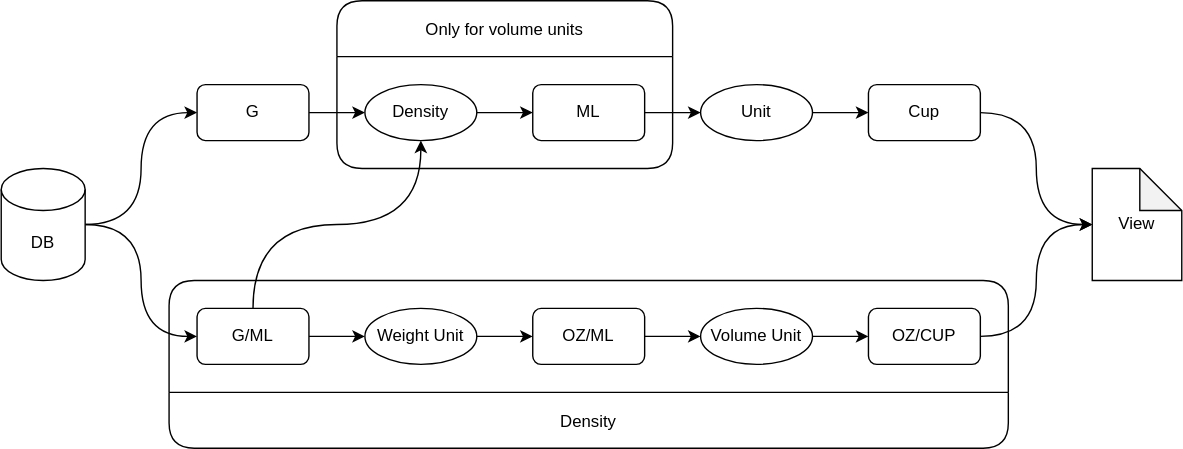
This is data-model.svg from ch-greams/recipe-book-app, a draw.io export, as it was before one commit. Source tidied: cells renumbered, new cells last; positions are measured from the earlier drawing's top-left corner, leaving out a move shared by most shapes. Source of this version:
```xml
<mxGraphModel>
  <root>
    <mxCell id="0" />
    <mxCell id="1" parent="0" />
    <mxCell id="2" style="edgeStyle=orthogonalEdgeStyle;curved=1;rounded=0;jettySize=auto;html=1;exitX=1;exitY=0.5;exitDx=0;exitDy=0;startArrow=none;startFill=0;endArrow=classic;endFill=1;entryX=0;entryY=0.5;entryDx=0;entryDy=0;" parent="1" edge="1" source="3" target="5">
      <mxGeometry relative="1" as="geometry" />
    </mxCell>
    <mxCell id="3" value="G" style="whiteSpace=wrap;html=1;rounded=1;" parent="1" vertex="1">
      <mxGeometry x="140" y="60" width="80" height="40" as="geometry" />
    </mxCell>
    <mxCell id="4" style="edgeStyle=orthogonalEdgeStyle;curved=1;rounded=0;jettySize=auto;html=1;entryX=0;entryY=0.5;entryDx=0;entryDy=0;startArrow=none;startFill=0;endArrow=classic;endFill=1;" parent="1" edge="1" source="5" target="7">
      <mxGeometry relative="1" as="geometry" />
    </mxCell>
    <mxCell id="5" value="Density" style="ellipse;whiteSpace=wrap;html=1;rounded=1;" parent="1" vertex="1">
      <mxGeometry x="260" y="60" width="80" height="40" as="geometry" />
    </mxCell>
    <mxCell id="6" style="edgeStyle=orthogonalEdgeStyle;curved=1;rounded=0;jettySize=auto;html=1;entryX=0;entryY=0.5;entryDx=0;entryDy=0;startArrow=none;startFill=0;endArrow=classic;endFill=1;" parent="1" edge="1" source="7" target="9">
      <mxGeometry relative="1" as="geometry" />
    </mxCell>
    <mxCell id="7" value="ML" style="whiteSpace=wrap;html=1;rounded=1;" parent="1" vertex="1">
      <mxGeometry x="380" y="60" width="80" height="40" as="geometry" />
    </mxCell>
    <mxCell id="8" style="edgeStyle=orthogonalEdgeStyle;curved=1;rounded=0;jettySize=auto;html=1;entryX=0;entryY=0.5;entryDx=0;entryDy=0;startArrow=none;startFill=0;endArrow=classic;endFill=1;" parent="1" edge="1" source="9" target="11">
      <mxGeometry relative="1" as="geometry" />
    </mxCell>
    <mxCell id="9" value="Unit" style="ellipse;whiteSpace=wrap;html=1;rounded=1;" parent="1" vertex="1">
      <mxGeometry x="500" y="60" width="80" height="40" as="geometry" />
    </mxCell>
    <mxCell id="10" style="edgeStyle=orthogonalEdgeStyle;curved=1;rounded=0;jettySize=auto;html=1;exitX=1;exitY=0.5;exitDx=0;exitDy=0;entryX=0;entryY=0.5;entryDx=0;entryDy=0;entryPerimeter=0;fontFamily=Helvetica;startArrow=none;startFill=0;endArrow=classic;endFill=1;" parent="1" edge="1" source="11" target="28">
      <mxGeometry relative="1" as="geometry" />
    </mxCell>
    <mxCell id="11" value="Cup" style="whiteSpace=wrap;html=1;rounded=1;" parent="1" vertex="1">
      <mxGeometry x="620" y="60" width="80" height="40" as="geometry" />
    </mxCell>
    <mxCell id="12" value="Only for volume units" style="swimlane;rounded=1;startSize=40;fontFamily=Helvetica;fontStyle=0;glass=0;shadow=0;" parent="1" vertex="1">
      <mxGeometry x="240" width="240" height="120" as="geometry" />
    </mxCell>
    <mxCell id="13" style="edgeStyle=orthogonalEdgeStyle;curved=1;rounded=0;jettySize=auto;html=1;exitX=1;exitY=0.5;exitDx=0;exitDy=0;entryX=0;entryY=0.5;entryDx=0;entryDy=0;fontFamily=Helvetica;startArrow=none;startFill=0;endArrow=classic;endFill=1;" parent="1" edge="1" source="15" target="19">
      <mxGeometry relative="1" as="geometry" />
    </mxCell>
    <mxCell id="14" style="edgeStyle=orthogonalEdgeStyle;curved=1;rounded=0;jettySize=auto;html=1;fontFamily=Helvetica;startArrow=none;startFill=0;endArrow=classic;endFill=1;exitX=0.5;exitY=0;exitDx=0;exitDy=0;" parent="1" edge="1" source="15">
      <mxGeometry relative="1" as="geometry">
        <mxPoint x="300" y="100" as="targetPoint" />
      </mxGeometry>
    </mxCell>
    <mxCell id="15" value="G/ML" style="whiteSpace=wrap;html=1;rounded=1;" parent="1" vertex="1">
      <mxGeometry x="140" y="220" width="80" height="40" as="geometry" />
    </mxCell>
    <mxCell id="16" style="edgeStyle=orthogonalEdgeStyle;curved=1;rounded=0;jettySize=auto;html=1;entryX=0;entryY=0.5;entryDx=0;entryDy=0;entryPerimeter=0;fontFamily=Helvetica;startArrow=none;startFill=0;endArrow=classic;endFill=1;" parent="1" edge="1" source="17" target="28">
      <mxGeometry relative="1" as="geometry" />
    </mxCell>
    <mxCell id="17" value="OZ/CUP" style="whiteSpace=wrap;html=1;rounded=1;" parent="1" vertex="1">
      <mxGeometry x="620" y="220" width="80" height="40" as="geometry" />
    </mxCell>
    <mxCell id="18" style="edgeStyle=orthogonalEdgeStyle;curved=1;rounded=0;jettySize=auto;html=1;exitX=1;exitY=0.5;exitDx=0;exitDy=0;entryX=0;entryY=0.5;entryDx=0;entryDy=0;fontFamily=Helvetica;startArrow=none;startFill=0;endArrow=classic;endFill=1;" parent="1" edge="1" source="19" target="21">
      <mxGeometry relative="1" as="geometry" />
    </mxCell>
    <mxCell id="19" value="Weight Unit" style="ellipse;whiteSpace=wrap;html=1;rounded=1;direction=east;" parent="1" vertex="1">
      <mxGeometry x="260" y="220" width="80" height="40" as="geometry" />
    </mxCell>
    <mxCell id="20" style="edgeStyle=orthogonalEdgeStyle;curved=1;rounded=0;jettySize=auto;html=1;exitX=1;exitY=0.5;exitDx=0;exitDy=0;entryX=0;entryY=0.5;entryDx=0;entryDy=0;fontFamily=Helvetica;startArrow=none;startFill=0;endArrow=classic;endFill=1;" parent="1" edge="1" source="21" target="23">
      <mxGeometry relative="1" as="geometry" />
    </mxCell>
    <mxCell id="21" value="OZ/ML" style="whiteSpace=wrap;html=1;rounded=1;" parent="1" vertex="1">
      <mxGeometry x="380" y="220" width="80" height="40" as="geometry" />
    </mxCell>
    <mxCell id="22" style="edgeStyle=orthogonalEdgeStyle;curved=1;rounded=0;jettySize=auto;html=1;entryX=0;entryY=0.5;entryDx=0;entryDy=0;fontFamily=Helvetica;startArrow=none;startFill=0;endArrow=classic;endFill=1;" parent="1" edge="1" source="23" target="17">
      <mxGeometry relative="1" as="geometry" />
    </mxCell>
    <mxCell id="23" value="Volume Unit" style="ellipse;whiteSpace=wrap;html=1;rounded=1;" parent="1" vertex="1">
      <mxGeometry x="500" y="220" width="80" height="40" as="geometry" />
    </mxCell>
    <mxCell id="24" value="Density" style="swimlane;rounded=1;startSize=40;fontFamily=Helvetica;fontStyle=0;glass=0;shadow=0;direction=west;" parent="1" vertex="1">
      <mxGeometry x="120" y="200" width="600" height="120" as="geometry" />
    </mxCell>
    <mxCell id="25" style="edgeStyle=orthogonalEdgeStyle;curved=1;rounded=0;jettySize=auto;html=1;entryX=0;entryY=0.5;entryDx=0;entryDy=0;fontFamily=Helvetica;startArrow=none;startFill=0;endArrow=classic;endFill=1;" parent="1" edge="1" source="27" target="3">
      <mxGeometry relative="1" as="geometry" />
    </mxCell>
    <mxCell id="26" style="edgeStyle=orthogonalEdgeStyle;curved=1;rounded=0;jettySize=auto;html=1;entryX=0;entryY=0.5;entryDx=0;entryDy=0;fontFamily=Helvetica;startArrow=none;startFill=0;endArrow=classic;endFill=1;" parent="1" edge="1" source="27" target="15">
      <mxGeometry relative="1" as="geometry" />
    </mxCell>
    <mxCell id="27" value="DB" style="shape=cylinder3;whiteSpace=wrap;html=1;boundedLbl=1;backgroundOutline=1;size=15;rounded=1;shadow=0;glass=0;fontFamily=Helvetica;" parent="1" vertex="1">
      <mxGeometry y="120" width="60" height="80" as="geometry" />
    </mxCell>
    <mxCell id="28" value="View" style="shape=note;whiteSpace=wrap;html=1;backgroundOutline=1;darkOpacity=0.05;rounded=1;shadow=0;glass=0;fontFamily=Helvetica;" parent="1" vertex="1">
      <mxGeometry x="780" y="120" width="64" height="80" as="geometry" />
    </mxCell>
  </root>
</mxGraphModel>
```
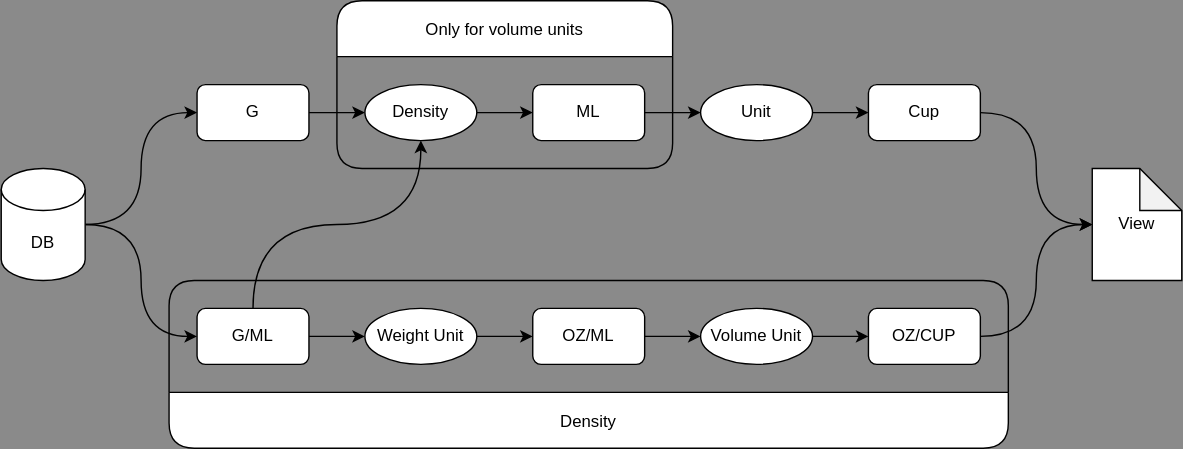
After the change.

The edit, as a diff of the source:
```diff
@@ -1,44 +1,44 @@
-<mxGraphModel>
+<mxGraphModel background="#8A8A8A">
   <root>
     <mxCell id="0" />
     <mxCell id="1" parent="0" />
-    <mxCell id="2" style="edgeStyle=orthogonalEdgeStyle;curved=1;rounded=0;jettySize=auto;html=1;exitX=1;exitY=0.5;exitDx=0;exitDy=0;startArrow=none;startFill=0;endArrow=classic;endFill=1;entryX=0;entryY=0.5;entryDx=0;entryDy=0;" parent="1" edge="1" source="3" target="5">
+    <mxCell id="2" style="edgeStyle=orthogonalEdgeStyle;jettySize=auto;html=1;exitX=1;exitY=0.5;exitDx=0;exitDy=0;startArrow=none;startFill=0;endArrow=classic;endFill=1;entryX=0;entryY=0.5;entryDx=0;entryDy=0;curved=1;" parent="1" edge="1" source="3" target="5">
       <mxGeometry relative="1" as="geometry" />
     </mxCell>
     <mxCell id="3" value="G" style="whiteSpace=wrap;html=1;rounded=1;" parent="1" vertex="1">
       <mxGeometry x="140" y="60" width="80" height="40" as="geometry" />
     </mxCell>
-    <mxCell id="4" style="edgeStyle=orthogonalEdgeStyle;curved=1;rounded=0;jettySize=auto;html=1;entryX=0;entryY=0.5;entryDx=0;entryDy=0;startArrow=none;startFill=0;endArrow=classic;endFill=1;" parent="1" edge="1" source="5" target="7">
+    <mxCell id="4" style="edgeStyle=orthogonalEdgeStyle;jettySize=auto;html=1;entryX=0;entryY=0.5;entryDx=0;entryDy=0;startArrow=none;startFill=0;endArrow=classic;endFill=1;curved=1;" parent="1" edge="1" source="5" target="7">
       <mxGeometry relative="1" as="geometry" />
     </mxCell>
     <mxCell id="5" value="Density" style="ellipse;whiteSpace=wrap;html=1;rounded=1;" parent="1" vertex="1">
       <mxGeometry x="260" y="60" width="80" height="40" as="geometry" />
     </mxCell>
-    <mxCell id="6" style="edgeStyle=orthogonalEdgeStyle;curved=1;rounded=0;jettySize=auto;html=1;entryX=0;entryY=0.5;entryDx=0;entryDy=0;startArrow=none;startFill=0;endArrow=classic;endFill=1;" parent="1" edge="1" source="7" target="9">
+    <mxCell id="6" style="edgeStyle=orthogonalEdgeStyle;jettySize=auto;html=1;entryX=0;entryY=0.5;entryDx=0;entryDy=0;startArrow=none;startFill=0;endArrow=classic;endFill=1;curved=1;" parent="1" edge="1" source="7" target="9">
       <mxGeometry relative="1" as="geometry" />
     </mxCell>
     <mxCell id="7" value="ML" style="whiteSpace=wrap;html=1;rounded=1;" parent="1" vertex="1">
       <mxGeometry x="380" y="60" width="80" height="40" as="geometry" />
     </mxCell>
-    <mxCell id="8" style="edgeStyle=orthogonalEdgeStyle;curved=1;rounded=0;jettySize=auto;html=1;entryX=0;entryY=0.5;entryDx=0;entryDy=0;startArrow=none;startFill=0;endArrow=classic;endFill=1;" parent="1" edge="1" source="9" target="11">
+    <mxCell id="8" style="edgeStyle=orthogonalEdgeStyle;jettySize=auto;html=1;entryX=0;entryY=0.5;entryDx=0;entryDy=0;startArrow=none;startFill=0;endArrow=classic;endFill=1;curved=1;" parent="1" edge="1" source="9" target="11">
       <mxGeometry relative="1" as="geometry" />
     </mxCell>
     <mxCell id="9" value="Unit" style="ellipse;whiteSpace=wrap;html=1;rounded=1;" parent="1" vertex="1">
       <mxGeometry x="500" y="60" width="80" height="40" as="geometry" />
     </mxCell>
-    <mxCell id="10" style="edgeStyle=orthogonalEdgeStyle;curved=1;rounded=0;jettySize=auto;html=1;exitX=1;exitY=0.5;exitDx=0;exitDy=0;entryX=0;entryY=0.5;entryDx=0;entryDy=0;entryPerimeter=0;fontFamily=Helvetica;startArrow=none;startFill=0;endArrow=classic;endFill=1;" parent="1" edge="1" source="11" target="28">
+    <mxCell id="10" style="edgeStyle=orthogonalEdgeStyle;jettySize=auto;html=1;exitX=1;exitY=0.5;exitDx=0;exitDy=0;entryX=0;entryY=0.5;entryDx=0;entryDy=0;entryPerimeter=0;fontFamily=Helvetica;startArrow=none;startFill=0;endArrow=classic;endFill=1;curved=1;" parent="1" edge="1" source="11" target="28">
       <mxGeometry relative="1" as="geometry" />
     </mxCell>
     <mxCell id="11" value="Cup" style="whiteSpace=wrap;html=1;rounded=1;" parent="1" vertex="1">
       <mxGeometry x="620" y="60" width="80" height="40" as="geometry" />
     </mxCell>
-    <mxCell id="12" value="Only for volume units" style="swimlane;rounded=1;startSize=40;fontFamily=Helvetica;fontStyle=0;glass=0;shadow=0;" parent="1" vertex="1">
+    <mxCell id="12" value="Only for volume units" style="swimlane;startSize=40;fontFamily=Helvetica;fontStyle=0;glass=0;shadow=0;rounded=1;" parent="1" vertex="1">
       <mxGeometry x="240" width="240" height="120" as="geometry" />
     </mxCell>
-    <mxCell id="13" style="edgeStyle=orthogonalEdgeStyle;curved=1;rounded=0;jettySize=auto;html=1;exitX=1;exitY=0.5;exitDx=0;exitDy=0;entryX=0;entryY=0.5;entryDx=0;entryDy=0;fontFamily=Helvetica;startArrow=none;startFill=0;endArrow=classic;endFill=1;" parent="1" edge="1" source="15" target="19">
+    <mxCell id="13" style="edgeStyle=orthogonalEdgeStyle;jettySize=auto;html=1;exitX=1;exitY=0.5;exitDx=0;exitDy=0;entryX=0;entryY=0.5;entryDx=0;entryDy=0;fontFamily=Helvetica;startArrow=none;startFill=0;endArrow=classic;endFill=1;curved=1;" parent="1" edge="1" source="15" target="19">
       <mxGeometry relative="1" as="geometry" />
     </mxCell>
-    <mxCell id="14" style="edgeStyle=orthogonalEdgeStyle;curved=1;rounded=0;jettySize=auto;html=1;fontFamily=Helvetica;startArrow=none;startFill=0;endArrow=classic;endFill=1;exitX=0.5;exitY=0;exitDx=0;exitDy=0;" parent="1" edge="1" source="15">
+    <mxCell id="14" style="edgeStyle=orthogonalEdgeStyle;jettySize=auto;html=1;fontFamily=Helvetica;startArrow=none;startFill=0;endArrow=classic;endFill=1;exitX=0.5;exitY=0;exitDx=0;exitDy=0;curved=1;" parent="1" edge="1" source="15">
       <mxGeometry relative="1" as="geometry">
         <mxPoint x="300" y="100" as="targetPoint" />
       </mxGeometry>
@@ -46,43 +46,43 @@
     <mxCell id="15" value="G/ML" style="whiteSpace=wrap;html=1;rounded=1;" parent="1" vertex="1">
       <mxGeometry x="140" y="220" width="80" height="40" as="geometry" />
     </mxCell>
-    <mxCell id="16" style="edgeStyle=orthogonalEdgeStyle;curved=1;rounded=0;jettySize=auto;html=1;entryX=0;entryY=0.5;entryDx=0;entryDy=0;entryPerimeter=0;fontFamily=Helvetica;startArrow=none;startFill=0;endArrow=classic;endFill=1;" parent="1" edge="1" source="17" target="28">
+    <mxCell id="16" style="edgeStyle=orthogonalEdgeStyle;jettySize=auto;html=1;entryX=0;entryY=0.5;entryDx=0;entryDy=0;entryPerimeter=0;fontFamily=Helvetica;startArrow=none;startFill=0;endArrow=classic;endFill=1;curved=1;" parent="1" edge="1" source="17" target="28">
       <mxGeometry relative="1" as="geometry" />
     </mxCell>
     <mxCell id="17" value="OZ/CUP" style="whiteSpace=wrap;html=1;rounded=1;" parent="1" vertex="1">
       <mxGeometry x="620" y="220" width="80" height="40" as="geometry" />
     </mxCell>
-    <mxCell id="18" style="edgeStyle=orthogonalEdgeStyle;curved=1;rounded=0;jettySize=auto;html=1;exitX=1;exitY=0.5;exitDx=0;exitDy=0;entryX=0;entryY=0.5;entryDx=0;entryDy=0;fontFamily=Helvetica;startArrow=none;startFill=0;endArrow=classic;endFill=1;" parent="1" edge="1" source="19" target="21">
+    <mxCell id="18" style="edgeStyle=orthogonalEdgeStyle;jettySize=auto;html=1;exitX=1;exitY=0.5;exitDx=0;exitDy=0;entryX=0;entryY=0.5;entryDx=0;entryDy=0;fontFamily=Helvetica;startArrow=none;startFill=0;endArrow=classic;endFill=1;curved=1;" parent="1" edge="1" source="19" target="21">
       <mxGeometry relative="1" as="geometry" />
     </mxCell>
-    <mxCell id="19" value="Weight Unit" style="ellipse;whiteSpace=wrap;html=1;rounded=1;direction=east;" parent="1" vertex="1">
+    <mxCell id="19" value="Weight Unit" style="ellipse;whiteSpace=wrap;html=1;direction=east;rounded=1;" parent="1" vertex="1">
       <mxGeometry x="260" y="220" width="80" height="40" as="geometry" />
     </mxCell>
-    <mxCell id="20" style="edgeStyle=orthogonalEdgeStyle;curved=1;rounded=0;jettySize=auto;html=1;exitX=1;exitY=0.5;exitDx=0;exitDy=0;entryX=0;entryY=0.5;entryDx=0;entryDy=0;fontFamily=Helvetica;startArrow=none;startFill=0;endArrow=classic;endFill=1;" parent="1" edge="1" source="21" target="23">
+    <mxCell id="20" style="edgeStyle=orthogonalEdgeStyle;jettySize=auto;html=1;exitX=1;exitY=0.5;exitDx=0;exitDy=0;entryX=0;entryY=0.5;entryDx=0;entryDy=0;fontFamily=Helvetica;startArrow=none;startFill=0;endArrow=classic;endFill=1;curved=1;" parent="1" edge="1" source="21" target="23">
       <mxGeometry relative="1" as="geometry" />
     </mxCell>
     <mxCell id="21" value="OZ/ML" style="whiteSpace=wrap;html=1;rounded=1;" parent="1" vertex="1">
       <mxGeometry x="380" y="220" width="80" height="40" as="geometry" />
     </mxCell>
-    <mxCell id="22" style="edgeStyle=orthogonalEdgeStyle;curved=1;rounded=0;jettySize=auto;html=1;entryX=0;entryY=0.5;entryDx=0;entryDy=0;fontFamily=Helvetica;startArrow=none;startFill=0;endArrow=classic;endFill=1;" parent="1" edge="1" source="23" target="17">
+    <mxCell id="22" style="edgeStyle=orthogonalEdgeStyle;jettySize=auto;html=1;entryX=0;entryY=0.5;entryDx=0;entryDy=0;fontFamily=Helvetica;startArrow=none;startFill=0;endArrow=classic;endFill=1;curved=1;" parent="1" edge="1" source="23" target="17">
       <mxGeometry relative="1" as="geometry" />
     </mxCell>
     <mxCell id="23" value="Volume Unit" style="ellipse;whiteSpace=wrap;html=1;rounded=1;" parent="1" vertex="1">
       <mxGeometry x="500" y="220" width="80" height="40" as="geometry" />
     </mxCell>
-    <mxCell id="24" value="Density" style="swimlane;rounded=1;startSize=40;fontFamily=Helvetica;fontStyle=0;glass=0;shadow=0;direction=west;" parent="1" vertex="1">
+    <mxCell id="24" value="Density" style="swimlane;startSize=40;fontFamily=Helvetica;fontStyle=0;glass=0;shadow=0;direction=west;rounded=1;" parent="1" vertex="1">
       <mxGeometry x="120" y="200" width="600" height="120" as="geometry" />
     </mxCell>
-    <mxCell id="25" style="edgeStyle=orthogonalEdgeStyle;curved=1;rounded=0;jettySize=auto;html=1;entryX=0;entryY=0.5;entryDx=0;entryDy=0;fontFamily=Helvetica;startArrow=none;startFill=0;endArrow=classic;endFill=1;" parent="1" edge="1" source="27" target="3">
+    <mxCell id="25" style="edgeStyle=orthogonalEdgeStyle;jettySize=auto;html=1;entryX=0;entryY=0.5;entryDx=0;entryDy=0;fontFamily=Helvetica;startArrow=none;startFill=0;endArrow=classic;endFill=1;curved=1;" parent="1" edge="1" source="27" target="3">
       <mxGeometry relative="1" as="geometry" />
     </mxCell>
-    <mxCell id="26" style="edgeStyle=orthogonalEdgeStyle;curved=1;rounded=0;jettySize=auto;html=1;entryX=0;entryY=0.5;entryDx=0;entryDy=0;fontFamily=Helvetica;startArrow=none;startFill=0;endArrow=classic;endFill=1;" parent="1" edge="1" source="27" target="15">
+    <mxCell id="26" style="edgeStyle=orthogonalEdgeStyle;jettySize=auto;html=1;entryX=0;entryY=0.5;entryDx=0;entryDy=0;fontFamily=Helvetica;startArrow=none;startFill=0;endArrow=classic;endFill=1;curved=1;" parent="1" edge="1" source="27" target="15">
       <mxGeometry relative="1" as="geometry" />
     </mxCell>
-    <mxCell id="27" value="DB" style="shape=cylinder3;whiteSpace=wrap;html=1;boundedLbl=1;backgroundOutline=1;size=15;rounded=1;shadow=0;glass=0;fontFamily=Helvetica;" parent="1" vertex="1">
+    <mxCell id="27" value="DB" style="shape=cylinder3;whiteSpace=wrap;html=1;boundedLbl=1;backgroundOutline=1;size=15;shadow=0;glass=0;fontFamily=Helvetica;rounded=1;" parent="1" vertex="1">
       <mxGeometry y="120" width="60" height="80" as="geometry" />
     </mxCell>
-    <mxCell id="28" value="View" style="shape=note;whiteSpace=wrap;html=1;backgroundOutline=1;darkOpacity=0.05;rounded=1;shadow=0;glass=0;fontFamily=Helvetica;" parent="1" vertex="1">
+    <mxCell id="28" value="View" style="shape=note;whiteSpace=wrap;html=1;backgroundOutline=1;darkOpacity=0.05;shadow=0;glass=0;fontFamily=Helvetica;rounded=1;" parent="1" vertex="1">
       <mxGeometry x="780" y="120" width="64" height="80" as="geometry" />
     </mxCell>
   </root>
```
